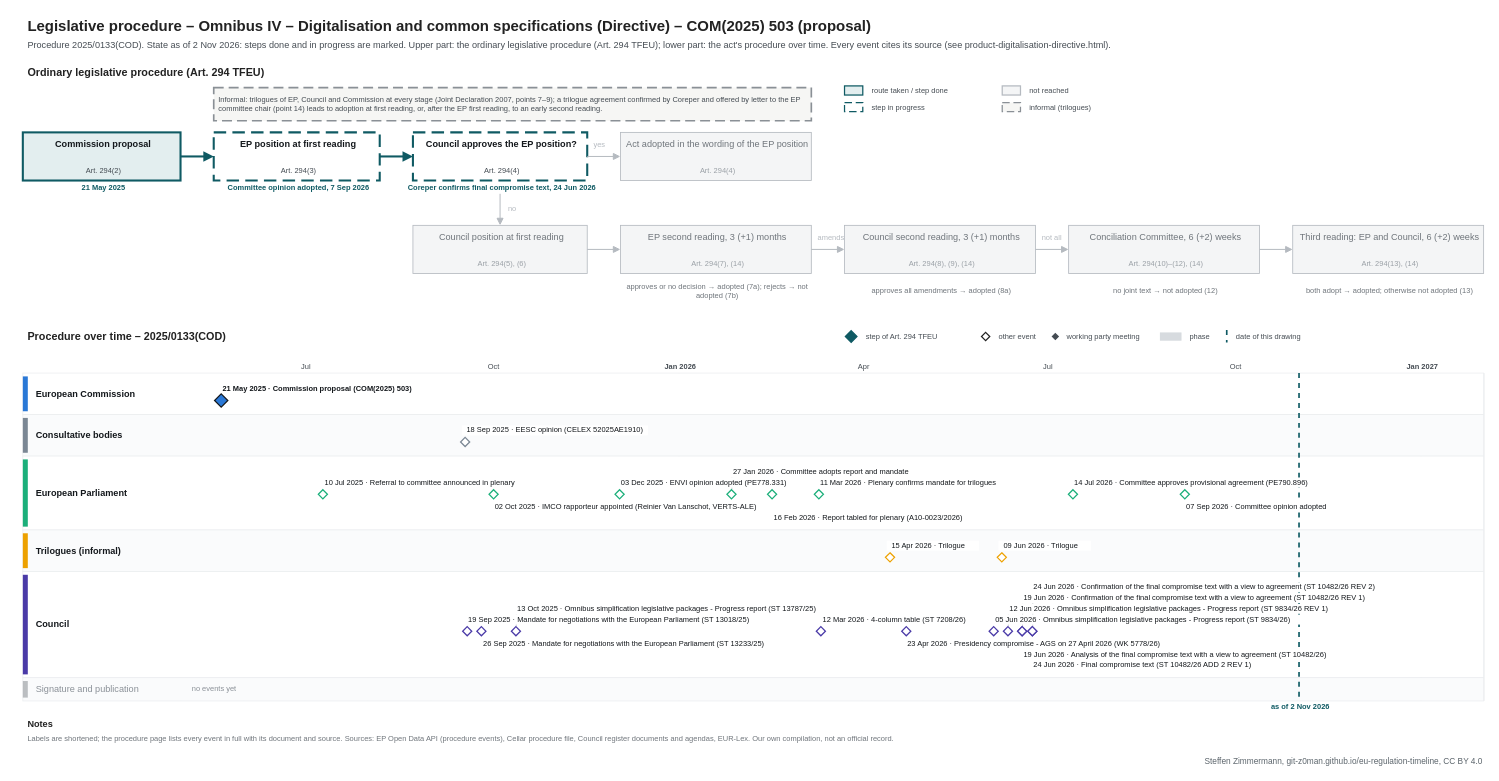
Before: procedures/product-digitalisation-directive.drawio in git-z0man/eu-regulation-timeline, a draw.io diagram. Source tidied: cells renumbered, new cells numbered last; positions are measured from the earlier drawing's top-left corner, leaving out a move shared by most shapes. Both pictures are drawn from the tidied source at 83%, with x=0, y=0 at pixel (14, 14).
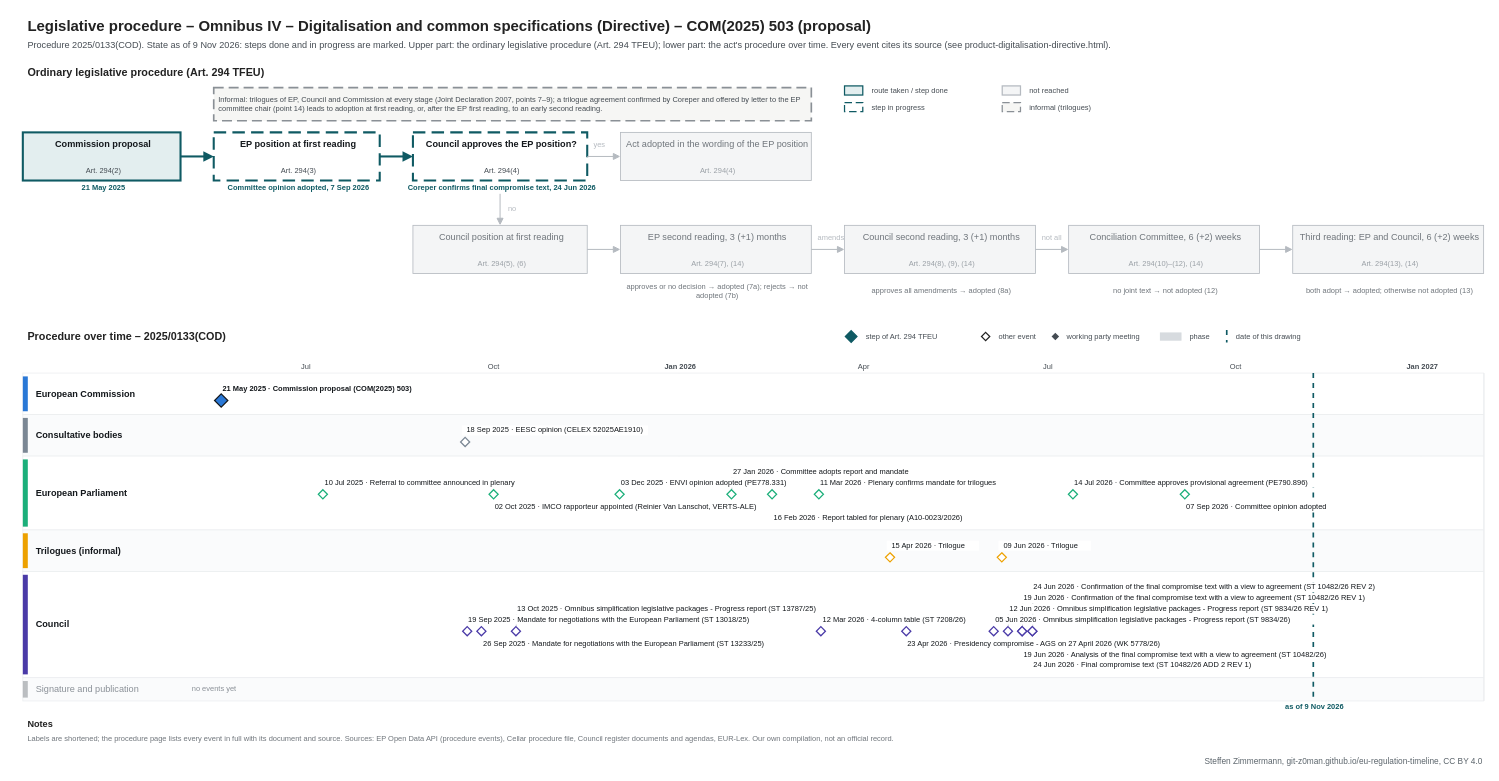
The same page after the edit.

The edit, as a diff of the source:
```diff
@@
-    <mxCell id="3" value="Procedure 2025/0133(COD). State as of 2 Nov 2026: steps done and in progress are marked. Upper part: the ordinary legislative procedure (Art. 294 TFEU); lower part: the act's procedure over time. Every event cites its source (see product-digitalisation-directive.html)." style="text;html=1;fontSize=11;fontColor=#454c53;align=left;verticalAlign=middle;spacingLeft=4;" parent="1" vertex="1">
+    <mxCell id="3" value="Procedure 2025/0133(COD). State as of 9 Nov 2026: steps done and in progress are marked. Upper part: the ordinary legislative procedure (Art. 294 TFEU); lower part: the act's procedure over time. Every event cites its source (see product-digitalisation-directive.html)." style="text;html=1;fontSize=11;fontColor=#454c53;align=left;verticalAlign=middle;spacingLeft=4;" parent="1" vertex="1">
       <mxGeometry x="10" y="28" width="1700" height="18" as="geometry" />
     </mxCell>
@@
     <mxCell id="120" style="line;html=1;strokeWidth=2;strokeColor=#0f5a63;direction=south;dashed=1;" parent="1" vertex="1">
-      <mxGeometry x="1547.1" y="432" width="1" height="395" as="geometry" />
+      <mxGeometry x="1564.3" y="432" width="1" height="395" as="geometry" />
     </mxCell>
-    <mxCell id="121" value="as of 2 Nov 2026" style="text;html=1;fontSize=9;fontColor=#0f5a63;align=center;verticalAlign=middle;spacingLeft=4;fontStyle=1;" parent="1" vertex="1">
-      <mxGeometry x="1487.1" y="828" width="120" height="12" as="geometry" />
+    <mxCell id="121" value="as of 9 Nov 2026" style="text;html=1;fontSize=9;fontColor=#0f5a63;align=center;verticalAlign=middle;spacingLeft=4;fontStyle=1;" parent="1" vertex="1">
+      <mxGeometry x="1504.3" y="828" width="120" height="12" as="geometry" />
     </mxCell>
```
